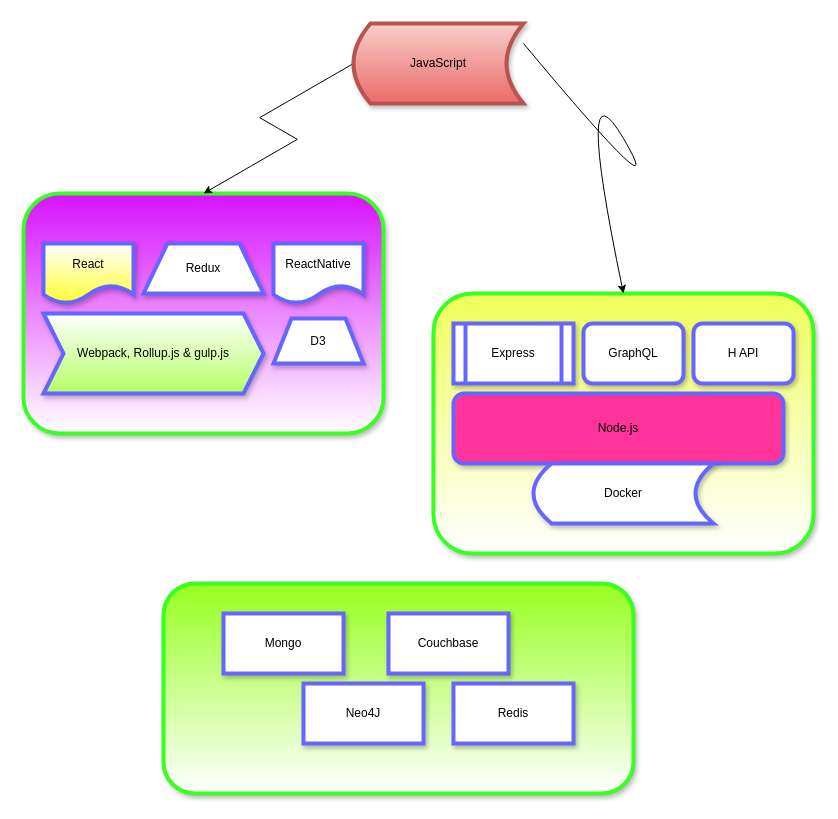
The draw.io diagram page "Career Plan" (3 of 4) of My Articles/Misc.drawio in anbarasan-raji/books, before the edit. Source tidied: cells renumbered, new cells numbered last; positions are measured from the earlier drawing's top-left corner, leaving out a move shared by most shapes. Both pictures are drawn from the tidied source at 100%, with x=0, y=0 at pixel (23, 23).
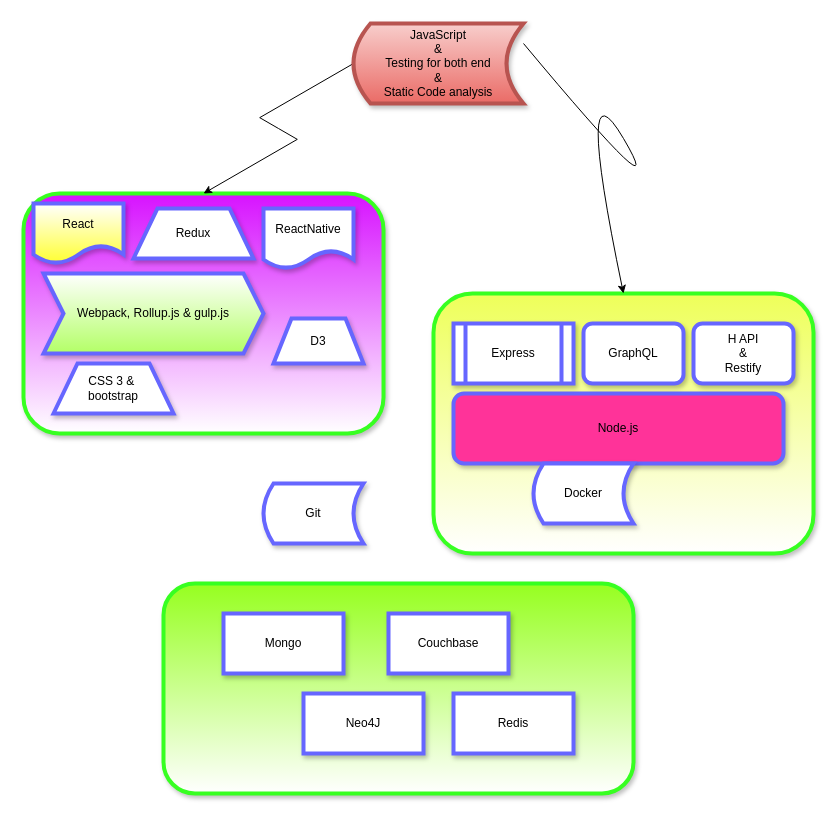
Above is the later version.

Change to the diagram source:
```diff
@@
     <mxCell id="6" value="React" style="shape=document;whiteSpace=wrap;html=1;boundedLbl=1;shadow=1;glass=0;comic=0;strokeColor=#6666FF;strokeWidth=4;gradientColor=#FFFF33;" parent="1" vertex="1">
-      <mxGeometry x="20" y="220" width="90" height="60" as="geometry" />
+      <mxGeometry x="10" y="180" width="90" height="60" as="geometry" />
     </mxCell>
     <mxCell id="7" value="Redux" style="shape=trapezoid;perimeter=trapezoidPerimeter;whiteSpace=wrap;html=1;shadow=1;glass=0;comic=0;strokeColor=#6666FF;strokeWidth=4;gradientColor=#ffffff;" parent="1" vertex="1">
-      <mxGeometry x="120" y="220" width="120" height="50" as="geometry" />
+      <mxGeometry x="110" y="185" width="120" height="50" as="geometry" />
     </mxCell>
     <mxCell id="8" value="Webpack, Rollup.js &amp;amp; gulp.js" style="shape=step;perimeter=stepPerimeter;whiteSpace=wrap;html=1;fixedSize=1;shadow=1;glass=0;comic=0;strokeColor=#6666FF;strokeWidth=4;gradientColor=#B3FF66;" parent="1" vertex="1">
-      <mxGeometry x="20" y="290" width="220" height="80" as="geometry" />
+      <mxGeometry x="20" y="250" width="220" height="80" as="geometry" />
     </mxCell>
@@
     <mxCell id="11" value="Docker" style="shape=dataStorage;whiteSpace=wrap;html=1;shadow=1;glass=0;comic=0;strokeColor=#6666FF;strokeWidth=4;gradientColor=#ffffff;" parent="1" vertex="1">
-      <mxGeometry x="510" y="440" width="180" height="60" as="geometry" />
+      <mxGeometry x="510" y="440" width="100" height="60" as="geometry" />
     </mxCell>
@@
     <mxCell id="13" value="Neo4J" style="rounded=0;whiteSpace=wrap;html=1;shadow=1;glass=0;comic=0;strokeColor=#6666FF;strokeWidth=4;gradientColor=#ffffff;" parent="1" vertex="1">
-      <mxGeometry x="280" y="660" width="120" height="60" as="geometry" />
+      <mxGeometry x="280" y="670" width="120" height="60" as="geometry" />
     </mxCell>
@@
     <mxCell id="15" value="Redis" style="rounded=0;whiteSpace=wrap;html=1;shadow=1;glass=0;comic=0;strokeColor=#6666FF;strokeWidth=4;gradientColor=#ffffff;" parent="1" vertex="1">
-      <mxGeometry x="430" y="660" width="120" height="60" as="geometry" />
+      <mxGeometry x="430" y="670" width="120" height="60" as="geometry" />
     </mxCell>
-    <mxCell id="16" value="H API" style="rounded=1;whiteSpace=wrap;html=1;shadow=1;glass=0;comic=0;strokeColor=#6666FF;strokeWidth=4;gradientColor=#ffffff;" parent="1" vertex="1">
+    <mxCell id="16" value="H API&lt;br&gt;&amp;amp;&lt;br&gt;Restify" style="rounded=1;whiteSpace=wrap;html=1;shadow=1;glass=0;comic=0;strokeColor=#6666FF;strokeWidth=4;gradientColor=#ffffff;" parent="1" vertex="1">
       <mxGeometry x="670" y="300" width="100" height="60" as="geometry" />
     </mxCell>
     <mxCell id="17" value="ReactNative" style="shape=document;whiteSpace=wrap;html=1;boundedLbl=1;shadow=1;glass=0;comic=0;strokeColor=#6666FF;strokeWidth=4;gradientColor=#ffffff;" parent="1" vertex="1">
-      <mxGeometry x="250" y="220" width="90" height="60" as="geometry" />
+      <mxGeometry x="240" y="185" width="90" height="60" as="geometry" />
     </mxCell>
@@
-    <mxCell id="20" value="JavaScript" style="shape=dataStorage;whiteSpace=wrap;html=1;shadow=1;glass=0;comic=0;strokeColor=#b85450;strokeWidth=4;fillColor=#f8cecc;gradientColor=#ea6b66;" parent="1" vertex="1">
+    <mxCell id="20" value="JavaScript&lt;br&gt;&amp;amp;&lt;br&gt;Testing for both end&lt;br&gt;&amp;amp;&lt;br&gt;Static Code analysis" style="shape=dataStorage;whiteSpace=wrap;html=1;shadow=1;glass=0;comic=0;strokeColor=#b85450;strokeWidth=4;fillColor=#f8cecc;gradientColor=#ea6b66;" parent="1" vertex="1">
       <mxGeometry x="330" width="170" height="80" as="geometry" />
     </mxCell>
@@
+    <mxCell id="22" value="CSS 3 &amp;amp;&amp;nbsp;&lt;br&gt;bootstrap" style="shape=trapezoid;perimeter=trapezoidPerimeter;whiteSpace=wrap;html=1;shadow=1;glass=0;comic=0;strokeColor=#6666FF;strokeWidth=4;gradientColor=#ffffff;" parent="1" vertex="1">
+      <mxGeometry x="30" y="340" width="120" height="50" as="geometry" />
+    </mxCell>
+    <mxCell id="23" value="Git" style="shape=dataStorage;whiteSpace=wrap;html=1;shadow=1;glass=0;comic=0;strokeColor=#6666FF;strokeWidth=4;gradientColor=#ffffff;" parent="1" vertex="1">
+      <mxGeometry x="240" y="460" width="100" height="60" as="geometry" />
+    </mxCell>
```
